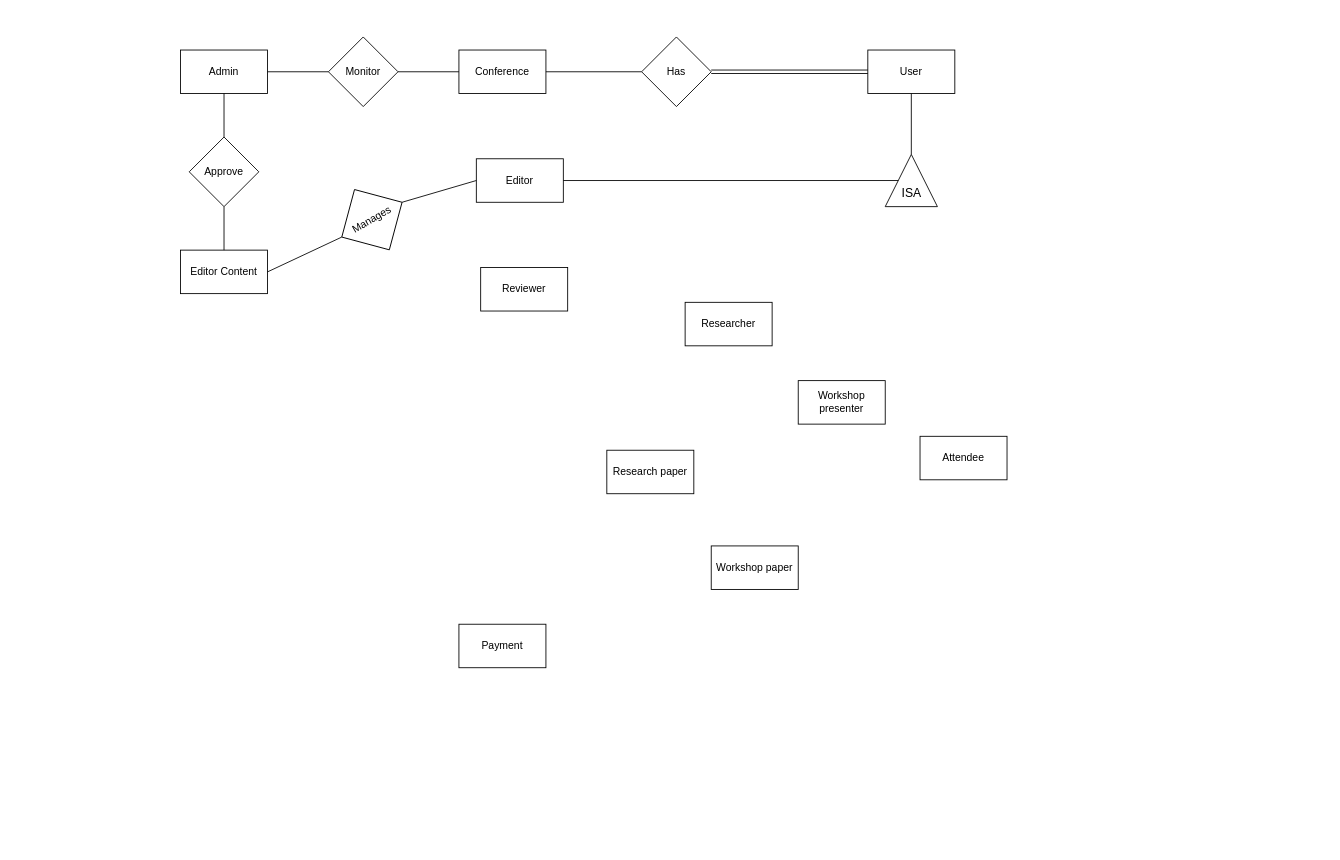
Before: diagrams/ER.drawio in matthew-sliit/conferencemgtool, a draw.io diagram. Source tidied: cells renumbered, new cells numbered last; positions are measured from the earlier drawing's top-left corner, leaving out a move shared by most shapes. Both pictures are drawn from the tidied source at 87%, with x=0, y=0 at pixel (180, 37).
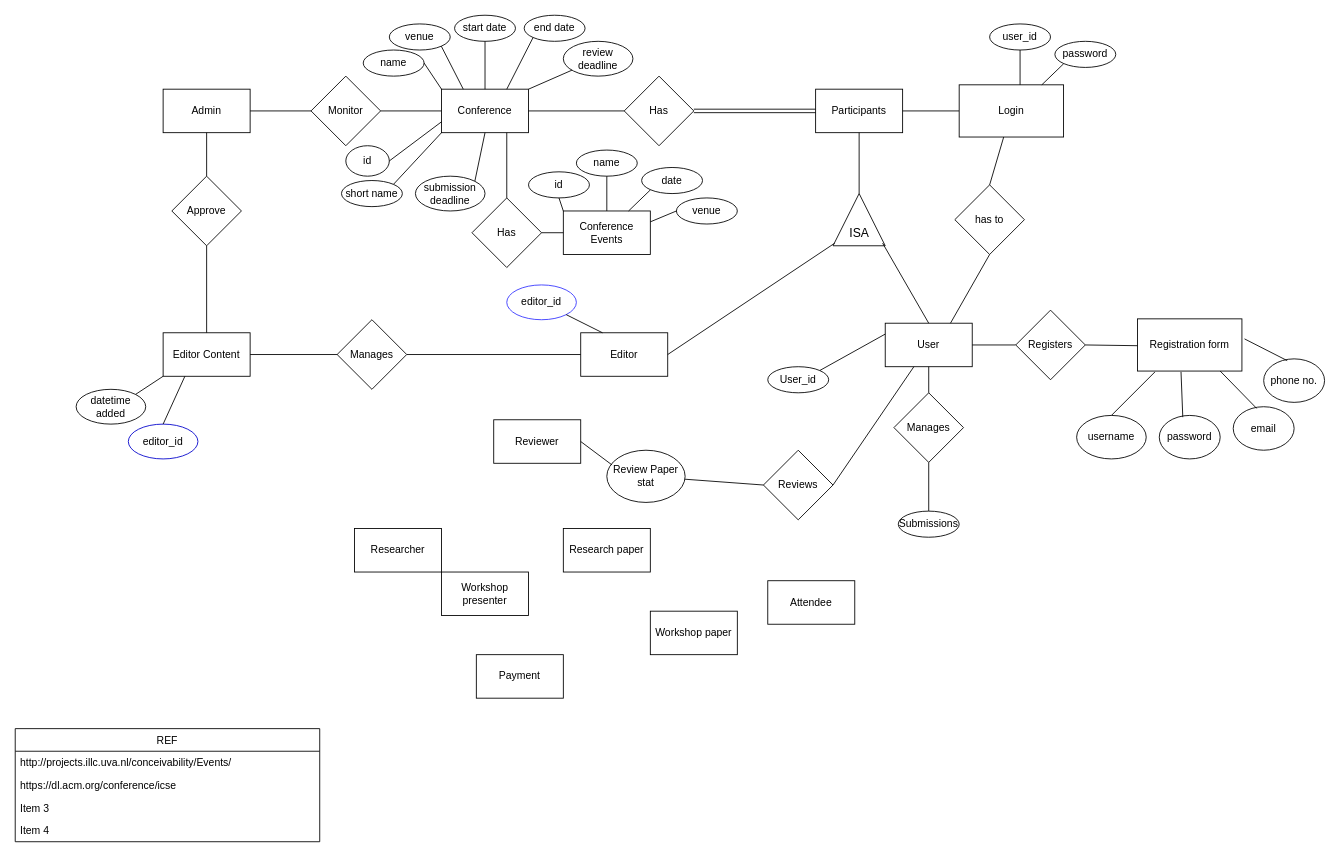
The same diagram, later.

Diff of the diagram source:
```diff
@@
-    <mxCell id="2" value="User" style="rounded=0;whiteSpace=wrap;html=1;" parent="1" vertex="1">
-      <mxGeometry x="790" y="15" width="100" height="50" as="geometry" />
+    <mxCell id="2" value="Participants" style="rounded=0;whiteSpace=wrap;html=1;" parent="1" vertex="1">
+      <mxGeometry x="730" y="60" width="100" height="50" as="geometry" />
     </mxCell>
     <mxCell id="3" value="Research paper" style="rounded=0;whiteSpace=wrap;html=1;" parent="1" vertex="1">
-      <mxGeometry x="490" y="475" width="100" height="50" as="geometry" />
+      <mxGeometry x="440" y="565" width="100" height="50" as="geometry" />
     </mxCell>
     <mxCell id="4" value="Workshop paper" style="rounded=0;whiteSpace=wrap;html=1;" parent="1" vertex="1">
-      <mxGeometry x="610" y="585" width="100" height="50" as="geometry" />
+      <mxGeometry x="540" y="660" width="100" height="50" as="geometry" />
     </mxCell>
     <mxCell id="5" value="Reviewer" style="rounded=0;whiteSpace=wrap;html=1;" parent="1" vertex="1">
-      <mxGeometry x="345" y="265" width="100" height="50" as="geometry" />
+      <mxGeometry x="360" y="440" width="100" height="50" as="geometry" />
     </mxCell>
     <mxCell id="6" value="Conference" style="rounded=0;whiteSpace=wrap;html=1;" parent="1" vertex="1">
-      <mxGeometry x="320" y="15" width="100" height="50" as="geometry" />
+      <mxGeometry x="300" y="60" width="100" height="50" as="geometry" />
     </mxCell>
     <mxCell id="7" value="Admin" style="rounded=0;whiteSpace=wrap;html=1;" parent="1" vertex="1">
-      <mxGeometry y="15" width="100" height="50" as="geometry" />
+      <mxGeometry x="-20" y="60" width="100" height="50" as="geometry" />
     </mxCell>
     <mxCell id="8" value="Researcher" style="rounded=0;whiteSpace=wrap;html=1;" parent="1" vertex="1">
-      <mxGeometry x="580" y="305" width="100" height="50" as="geometry" />
+      <mxGeometry x="200" y="565" width="100" height="50" as="geometry" />
     </mxCell>
     <mxCell id="9" value="Workshop presenter" style="rounded=0;whiteSpace=wrap;html=1;" parent="1" vertex="1">
-      <mxGeometry x="710" y="395" width="100" height="50" as="geometry" />
+      <mxGeometry x="300" y="615" width="100" height="50" as="geometry" />
     </mxCell>
     <mxCell id="10" style="triangle;whiteSpace=wrap;html=1;rotation=-90;" parent="1" vertex="1">
-      <mxGeometry x="810" y="135" width="60" height="60" as="geometry" />
+      <mxGeometry x="750" y="180" width="60" height="60" as="geometry" />
     </mxCell>
     <mxCell id="11" value="&lt;font style=&quot;font-size: 14px&quot;&gt;ISA&lt;/font&gt;" style="text;html=1;align=center;verticalAlign=middle;strokeColor=none;" parent="1" vertex="1">
-      <mxGeometry x="820" y="170" width="40" height="20" as="geometry" />
+      <mxGeometry x="760" y="215" width="40" height="20" as="geometry" />
     </mxCell>
     <mxCell id="12" value="Attendee" style="rounded=0;whiteSpace=wrap;html=1;" parent="1" vertex="1">
-      <mxGeometry x="850" y="459" width="100" height="50" as="geometry" />
+      <mxGeometry x="675" y="625" width="100" height="50" as="geometry" />
     </mxCell>
     <mxCell id="13" value="Has" style="rhombus;whiteSpace=wrap;html=1;" parent="1" vertex="1">
-      <mxGeometry x="530" width="80" height="80" as="geometry" />
+      <mxGeometry x="510" y="45" width="80" height="80" as="geometry" />
     </mxCell>
@@
     <mxCell id="16" value="Editor Content" style="rounded=0;whiteSpace=wrap;html=1;" parent="1" vertex="1">
-      <mxGeometry y="245" width="100" height="50" as="geometry" />
+      <mxGeometry x="-20" y="340" width="100" height="50" as="geometry" />
     </mxCell>
     <mxCell id="17" value="Approve" style="rhombus;whiteSpace=wrap;html=1;" parent="1" vertex="1">
-      <mxGeometry x="10" y="115" width="80" height="80" as="geometry" />
+      <mxGeometry x="-10" y="160" width="80" height="80" as="geometry" />
     </mxCell>
@@
     <mxCell id="20" value="Monitor" style="rhombus;whiteSpace=wrap;html=1;" parent="1" vertex="1">
-      <mxGeometry x="170" width="80" height="80" as="geometry" />
+      <mxGeometry x="150" y="45" width="80" height="80" as="geometry" />
     </mxCell>
@@
     <mxCell id="23" value="Editor" style="rounded=0;whiteSpace=wrap;html=1;" parent="1" vertex="1">
-      <mxGeometry x="340" y="140" width="100" height="50" as="geometry" />
+      <mxGeometry x="460" y="340" width="100" height="50" as="geometry" />
     </mxCell>
-    <mxCell id="24" value="Manages" style="rhombus;whiteSpace=wrap;html=1;rotation=-30;" parent="1" vertex="1">
-      <mxGeometry x="180" y="170" width="80" height="80" as="geometry" />
+    <mxCell id="24" value="Manages" style="rhombus;whiteSpace=wrap;html=1;rotation=0;" parent="1" vertex="1">
+      <mxGeometry x="180" y="325" width="80" height="80" as="geometry" />
     </mxCell>
@@
-    <mxCell id="27" style="endArrow=none;html=1;exitX=1;exitY=0.5;exitDx=0;exitDy=0;entryX=0.5;entryY=0;entryDx=0;entryDy=0;" parent="1" edge="1" source="23" target="10">
+    <mxCell id="27" style="endArrow=none;html=1;exitX=1;exitY=0.5;exitDx=0;exitDy=0;entryX=0.05;entryY=0.033;entryDx=0;entryDy=0;entryPerimeter=0;" parent="1" edge="1" source="23" target="10">
       <mxGeometry relative="1" as="geometry" />
     </mxCell>
@@
     <mxCell id="29" value="Payment" style="rounded=0;whiteSpace=wrap;html=1;" parent="1" vertex="1">
-      <mxGeometry x="320" y="675" width="100" height="50" as="geometry" />
+      <mxGeometry x="340" y="710" width="100" height="50" as="geometry" />
     </mxCell>
+    <mxCell id="30" value="name" style="ellipse;whiteSpace=wrap;html=1;" parent="1" vertex="1">
+      <mxGeometry x="210" y="15" width="70" height="30" as="geometry" />
+    </mxCell>
+    <mxCell id="31" value="venue" style="ellipse;whiteSpace=wrap;html=1;" parent="1" vertex="1">
+      <mxGeometry x="240" y="-15" width="70" height="30" as="geometry" />
+    </mxCell>
+    <mxCell id="32" value="start date" style="ellipse;whiteSpace=wrap;html=1;" parent="1" vertex="1">
+      <mxGeometry x="315" y="-25" width="70" height="30" as="geometry" />
+    </mxCell>
+    <mxCell id="33" value="end date" style="ellipse;whiteSpace=wrap;html=1;" parent="1" vertex="1">
+      <mxGeometry x="395" y="-25" width="70" height="30" as="geometry" />
+    </mxCell>
+    <mxCell id="34" value="short name" style="ellipse;whiteSpace=wrap;html=1;" parent="1" vertex="1">
+      <mxGeometry x="185" y="165" width="70" height="30" as="geometry" />
+    </mxCell>
+    <mxCell id="35" value="submission&lt;br&gt;deadline" style="ellipse;whiteSpace=wrap;html=1;" parent="1" vertex="1">
+      <mxGeometry x="270" y="160" width="80" height="40" as="geometry" />
+    </mxCell>
+    <mxCell id="36" value="review&lt;br&gt;deadline" style="ellipse;whiteSpace=wrap;html=1;" parent="1" vertex="1">
+      <mxGeometry x="440" y="5" width="80" height="40" as="geometry" />
+    </mxCell>
+    <mxCell id="37" style="endArrow=none;html=1;exitX=1;exitY=0;exitDx=0;exitDy=0;" parent="1" edge="1" source="6" target="36">
+      <mxGeometry relative="1" as="geometry" />
+    </mxCell>
+    <mxCell id="38" style="endArrow=none;html=1;exitX=0.5;exitY=1;exitDx=0;exitDy=0;entryX=1;entryY=0;entryDx=0;entryDy=0;" parent="1" edge="1" source="6" target="35">
+      <mxGeometry relative="1" as="geometry" />
+    </mxCell>
+    <mxCell id="39" style="endArrow=none;html=1;exitX=0;exitY=1;exitDx=0;exitDy=0;entryX=1;entryY=0;entryDx=0;entryDy=0;" parent="1" edge="1" source="6" target="34">
+      <mxGeometry relative="1" as="geometry" />
+    </mxCell>
+    <mxCell id="40" style="endArrow=none;html=1;exitX=0;exitY=0;exitDx=0;exitDy=0;entryX=1;entryY=0.5;entryDx=0;entryDy=0;" parent="1" edge="1" source="6" target="30">
+      <mxGeometry relative="1" as="geometry" />
+    </mxCell>
+    <mxCell id="41" style="endArrow=none;html=1;exitX=0.25;exitY=0;exitDx=0;exitDy=0;entryX=1;entryY=1;entryDx=0;entryDy=0;" parent="1" edge="1" source="6" target="31">
+      <mxGeometry relative="1" as="geometry" />
+    </mxCell>
+    <mxCell id="42" style="endArrow=none;html=1;exitX=0.5;exitY=0;exitDx=0;exitDy=0;entryX=0.5;entryY=1;entryDx=0;entryDy=0;" parent="1" edge="1" source="6" target="32">
+      <mxGeometry relative="1" as="geometry" />
+    </mxCell>
+    <mxCell id="43" style="endArrow=none;html=1;exitX=0.75;exitY=0;exitDx=0;exitDy=0;entryX=0;entryY=1;entryDx=0;entryDy=0;" parent="1" edge="1" source="6" target="33">
+      <mxGeometry relative="1" as="geometry" />
+    </mxCell>
+    <mxCell id="44" value="datetime&lt;br&gt;added" style="ellipse;whiteSpace=wrap;html=1;" parent="1" vertex="1">
+      <mxGeometry x="-120" y="405" width="80" height="40" as="geometry" />
+    </mxCell>
+    <mxCell id="45" style="endArrow=none;html=1;exitX=0;exitY=1;exitDx=0;exitDy=0;entryX=1;entryY=0;entryDx=0;entryDy=0;" parent="1" edge="1" source="16" target="44">
+      <mxGeometry relative="1" as="geometry" />
+    </mxCell>
+    <mxCell id="46" value="Conference Events" style="rounded=0;whiteSpace=wrap;html=1;" parent="1" vertex="1">
+      <mxGeometry x="440" y="200" width="100" height="50" as="geometry" />
+    </mxCell>
+    <mxCell id="47" value="Has" style="rhombus;whiteSpace=wrap;html=1;" parent="1" vertex="1">
+      <mxGeometry x="335" y="185" width="80" height="80" as="geometry" />
+    </mxCell>
+    <mxCell id="48" style="endArrow=none;html=1;exitX=0.75;exitY=1;exitDx=0;exitDy=0;entryX=0.5;entryY=0;entryDx=0;entryDy=0;" parent="1" edge="1" source="6" target="47">
+      <mxGeometry relative="1" as="geometry" />
+    </mxCell>
+    <mxCell id="49" style="endArrow=none;html=1;exitX=0;exitY=0.5;exitDx=0;exitDy=0;entryX=1;entryY=0.5;entryDx=0;entryDy=0;" parent="1" edge="1" source="46" target="47">
+      <mxGeometry relative="1" as="geometry" />
+    </mxCell>
+    <mxCell id="50" value="id" style="ellipse;whiteSpace=wrap;html=1;" parent="1" vertex="1">
+      <mxGeometry x="400" y="155" width="70" height="30" as="geometry" />
+    </mxCell>
+    <mxCell id="51" style="endArrow=none;html=1;exitX=0.5;exitY=1;exitDx=0;exitDy=0;entryX=0;entryY=0;entryDx=0;entryDy=0;" parent="1" edge="1" source="50" target="46">
+      <mxGeometry relative="1" as="geometry" />
+    </mxCell>
+    <mxCell id="52" value="name" style="ellipse;whiteSpace=wrap;html=1;" parent="1" vertex="1">
+      <mxGeometry x="455" y="130" width="70" height="30" as="geometry" />
+    </mxCell>
+    <mxCell id="53" style="endArrow=none;html=1;exitX=0.5;exitY=0;exitDx=0;exitDy=0;entryX=0.5;entryY=1;entryDx=0;entryDy=0;" parent="1" edge="1" source="46" target="52">
+      <mxGeometry relative="1" as="geometry" />
+    </mxCell>
+    <mxCell id="54" value="date" style="ellipse;whiteSpace=wrap;html=1;" parent="1" vertex="1">
+      <mxGeometry x="530" y="150" width="70" height="30" as="geometry" />
+    </mxCell>
+    <mxCell id="55" value="venue" style="ellipse;whiteSpace=wrap;html=1;" parent="1" vertex="1">
+      <mxGeometry x="570" y="185" width="70" height="30" as="geometry" />
+    </mxCell>
+    <mxCell id="56" style="endArrow=none;html=1;entryX=0;entryY=1;entryDx=0;entryDy=0;exitX=0.75;exitY=0;exitDx=0;exitDy=0;" parent="1" edge="1" source="46" target="54">
+      <mxGeometry relative="1" as="geometry" />
+    </mxCell>
+    <mxCell id="57" style="endArrow=none;html=1;entryX=0;entryY=0.5;entryDx=0;entryDy=0;exitX=1;exitY=0.25;exitDx=0;exitDy=0;" parent="1" edge="1" source="46" target="55">
+      <mxGeometry relative="1" as="geometry" />
+    </mxCell>
+    <mxCell id="58" value="REF" style="swimlane;fontStyle=0;horizontal=1;startSize=26;" parent="1" vertex="1">
+      <mxGeometry x="-190" y="795" width="350" height="130" as="geometry" />
+    </mxCell>
+    <mxCell id="59" value="http://projects.illc.uva.nl/conceivability/Events/" style="text;strokeColor=none;fillColor=none;align=left;verticalAlign=top;spacingLeft=4;spacingRight=4;overflow=hidden;" parent="58" vertex="1">
+      <mxGeometry y="26" width="350" height="26" as="geometry" />
+    </mxCell>
+    <mxCell id="60" value="https://dl.acm.org/conference/icse" style="text;strokeColor=none;fillColor=none;align=left;verticalAlign=top;spacingLeft=4;spacingRight=4;overflow=hidden;" parent="58" vertex="1">
+      <mxGeometry y="52" width="350" height="26" as="geometry" />
+    </mxCell>
+    <mxCell id="61" value="Item 3" style="text;strokeColor=none;fillColor=none;align=left;verticalAlign=top;spacingLeft=4;spacingRight=4;overflow=hidden;" parent="58" vertex="1">
+      <mxGeometry y="78" width="350" height="26" as="geometry" />
+    </mxCell>
+    <mxCell id="62" value="Item 4" style="text;strokeColor=none;fillColor=none;align=left;verticalAlign=top;spacingLeft=4;spacingRight=4;overflow=hidden;" parent="58" vertex="1">
+      <mxGeometry y="104" width="350" height="26" as="geometry" />
+    </mxCell>
+    <mxCell id="63" value="editor_id" style="ellipse;whiteSpace=wrap;html=1;strokeColor=#0000CC;" parent="1" vertex="1">
+      <mxGeometry x="-60" y="445" width="80" height="40" as="geometry" />
+    </mxCell>
+    <mxCell id="64" value="editor_id" style="ellipse;whiteSpace=wrap;html=1;strokeColor=#3333FF;" parent="1" vertex="1">
+      <mxGeometry x="375" y="285" width="80" height="40" as="geometry" />
+    </mxCell>
+    <mxCell id="65" style="endArrow=none;html=1;exitX=0.25;exitY=1;exitDx=0;exitDy=0;entryX=0.5;entryY=0;entryDx=0;entryDy=0;" parent="1" edge="1" source="16" target="63">
+      <mxGeometry relative="1" as="geometry" />
+    </mxCell>
+    <mxCell id="66" style="endArrow=none;html=1;exitX=1;exitY=1;exitDx=0;exitDy=0;entryX=0.25;entryY=0;entryDx=0;entryDy=0;" parent="1" edge="1" source="64" target="23">
+      <mxGeometry relative="1" as="geometry" />
+    </mxCell>
+    <mxCell id="67" value="id" style="ellipse;whiteSpace=wrap;html=1;" parent="1" vertex="1">
+      <mxGeometry x="190" y="125" width="50" height="35" as="geometry" />
+    </mxCell>
+    <mxCell id="68" style="endArrow=none;html=1;exitX=0;exitY=0.75;exitDx=0;exitDy=0;entryX=1;entryY=0.5;entryDx=0;entryDy=0;" parent="1" edge="1" source="6" target="67">
+      <mxGeometry relative="1" as="geometry" />
+    </mxCell>
+    <mxCell id="69" value="User" style="rounded=0;whiteSpace=wrap;html=1;" parent="1" vertex="1">
+      <mxGeometry x="810" y="329" width="100" height="50" as="geometry" />
+    </mxCell>
+    <mxCell id="70" style="endArrow=none;html=1;exitX=0.5;exitY=0;exitDx=0;exitDy=0;entryX=0.05;entryY=0.95;entryDx=0;entryDy=0;entryPerimeter=0;" parent="1" edge="1" source="69" target="10">
+      <mxGeometry relative="1" as="geometry" />
+    </mxCell>
+    <mxCell id="71" value="User_id" style="ellipse;whiteSpace=wrap;html=1;" parent="1" vertex="1">
+      <mxGeometry x="675" y="379" width="70" height="30" as="geometry" />
+    </mxCell>
+    <mxCell id="72" style="endArrow=none;html=1;exitX=0;exitY=0.25;exitDx=0;exitDy=0;entryX=1;entryY=0;entryDx=0;entryDy=0;" parent="1" edge="1" source="69" target="71">
+      <mxGeometry relative="1" as="geometry" />
+    </mxCell>
+    <mxCell id="73" value="Manages" style="rhombus;whiteSpace=wrap;html=1;rotation=0;" parent="1" vertex="1">
+      <mxGeometry x="820" y="409" width="80" height="80" as="geometry" />
+    </mxCell>
+    <mxCell id="74" style="endArrow=none;html=1;entryX=0.5;entryY=1;entryDx=0;entryDy=0;exitX=0.5;exitY=0;exitDx=0;exitDy=0;" parent="1" edge="1" source="73" target="69">
+      <mxGeometry relative="1" as="geometry" />
+    </mxCell>
+    <mxCell id="75" style="endArrow=none;html=1;entryX=0.5;entryY=1;entryDx=0;entryDy=0;" parent="1" edge="1" target="73">
+      <mxGeometry relative="1" as="geometry">
+        <mxPoint x="860" y="545" as="sourcePoint" />
+      </mxGeometry>
+    </mxCell>
+    <mxCell id="76" value="Submissions" style="ellipse;whiteSpace=wrap;html=1;" parent="1" vertex="1">
+      <mxGeometry x="825" y="545" width="70" height="30" as="geometry" />
+    </mxCell>
+    <mxCell id="77" value="Review Paper stat" style="ellipse;whiteSpace=wrap;html=1;" parent="1" vertex="1">
+      <mxGeometry x="490" y="475" width="90" height="60" as="geometry" />
+    </mxCell>
+    <mxCell id="78" style="endArrow=none;html=1;exitX=1;exitY=0.5;exitDx=0;exitDy=0;entryX=0.067;entryY=0.283;entryDx=0;entryDy=0;entryPerimeter=0;" parent="1" edge="1" source="5" target="77">
+      <mxGeometry relative="1" as="geometry" />
+    </mxCell>
+    <mxCell id="79" value="Reviews" style="rhombus;whiteSpace=wrap;html=1;rotation=0;" parent="1" vertex="1">
+      <mxGeometry x="670" y="475" width="80" height="80" as="geometry" />
+    </mxCell>
+    <mxCell id="80" style="endArrow=none;html=1;exitX=1;exitY=0.5;exitDx=0;exitDy=0;" parent="1" edge="1" source="79" target="69">
+      <mxGeometry relative="1" as="geometry" />
+    </mxCell>
+    <mxCell id="81" style="endArrow=none;html=1;entryX=0;entryY=0.5;entryDx=0;entryDy=0;" parent="1" edge="1" source="77" target="79">
+      <mxGeometry relative="1" as="geometry" />
+    </mxCell>
+    <mxCell id="82" style="endArrow=none;html=1;exitX=1;exitY=0.5;exitDx=0;exitDy=0;entryX=0;entryY=0.5;entryDx=0;entryDy=0;" parent="1" edge="1" source="2" target="83">
+      <mxGeometry relative="1" as="geometry" />
+    </mxCell>
+    <mxCell id="83" value="Login" style="rounded=0;whiteSpace=wrap;html=1;" parent="1" vertex="1">
+      <mxGeometry x="895" y="55" width="120" height="60" as="geometry" />
+    </mxCell>
+    <mxCell id="84" value="user_id" style="ellipse;whiteSpace=wrap;html=1;" parent="1" vertex="1">
+      <mxGeometry x="930" y="-15" width="70" height="30" as="geometry" />
+    </mxCell>
+    <mxCell id="85" style="endArrow=none;html=1;exitX=0.5;exitY=0;exitDx=0;exitDy=0;entryX=0.5;entryY=1;entryDx=0;entryDy=0;" parent="1" edge="1" target="84">
+      <mxGeometry relative="1" as="geometry">
+        <mxPoint x="965" y="55" as="sourcePoint" />
+      </mxGeometry>
+    </mxCell>
+    <mxCell id="86" value="password" style="ellipse;whiteSpace=wrap;html=1;" parent="1" vertex="1">
+      <mxGeometry x="1005" y="5" width="70" height="30" as="geometry" />
+    </mxCell>
+    <mxCell id="87" style="endArrow=none;html=1;entryX=0;entryY=1;entryDx=0;entryDy=0;exitX=0.75;exitY=0;exitDx=0;exitDy=0;" parent="1" edge="1" target="86">
+      <mxGeometry relative="1" as="geometry">
+        <mxPoint x="990" y="55" as="sourcePoint" />
+      </mxGeometry>
+    </mxCell>
+    <mxCell id="88" value="has to" style="rhombus;whiteSpace=wrap;html=1;" parent="1" vertex="1">
+      <mxGeometry x="890" y="170" width="80" height="80" as="geometry" />
+    </mxCell>
+    <mxCell id="89" style="endArrow=none;html=1;entryX=0.5;entryY=1;entryDx=0;entryDy=0;exitX=0.75;exitY=0;exitDx=0;exitDy=0;" parent="1" edge="1" source="69" target="88">
+      <mxGeometry relative="1" as="geometry" />
+    </mxCell>
+    <mxCell id="90" style="endArrow=none;html=1;exitX=0.5;exitY=0;exitDx=0;exitDy=0;" parent="1" edge="1" source="88" target="83">
+      <mxGeometry relative="1" as="geometry" />
+    </mxCell>
+    <mxCell id="91" style="endArrow=none;html=1;exitX=1;exitY=0.5;exitDx=0;exitDy=0;" parent="1" edge="1" source="69">
+      <mxGeometry relative="1" as="geometry">
+        <mxPoint x="960" y="354" as="targetPoint" />
+      </mxGeometry>
+    </mxCell>
+    <mxCell id="92" value="Registers" style="rhombus;whiteSpace=wrap;html=1;" parent="1" vertex="1">
+      <mxGeometry x="960" y="314" width="80" height="80" as="geometry" />
+    </mxCell>
+    <mxCell id="93" style="endArrow=none;html=1;exitX=1;exitY=0.5;exitDx=0;exitDy=0;" parent="1" edge="1" source="92">
+      <mxGeometry relative="1" as="geometry">
+        <mxPoint x="1110" y="355" as="targetPoint" />
+      </mxGeometry>
+    </mxCell>
+    <mxCell id="94" value="Registration form" style="rounded=0;whiteSpace=wrap;html=1;" parent="1" vertex="1">
+      <mxGeometry x="1100" y="324" width="120" height="60" as="geometry" />
+    </mxCell>
+    <mxCell id="95" value="username" style="ellipse;whiteSpace=wrap;html=1;" parent="1" vertex="1">
+      <mxGeometry x="1030" y="435" width="80" height="50" as="geometry" />
+    </mxCell>
+    <mxCell id="96" value="password" style="ellipse;whiteSpace=wrap;html=1;" parent="1" vertex="1">
+      <mxGeometry x="1125" y="435" width="70" height="50" as="geometry" />
+    </mxCell>
+    <mxCell id="97" style="endArrow=none;html=1;exitX=0.386;exitY=0.04;exitDx=0;exitDy=0;exitPerimeter=0;" parent="1" edge="1" source="96">
+      <mxGeometry relative="1" as="geometry">
+        <mxPoint x="1150" y="385" as="targetPoint" />
+      </mxGeometry>
+    </mxCell>
+    <mxCell id="98" style="endArrow=none;html=1;exitX=0.5;exitY=0;exitDx=0;exitDy=0;" parent="1" edge="1" source="95">
+      <mxGeometry relative="1" as="geometry">
+        <mxPoint x="1120" y="385" as="targetPoint" />
+      </mxGeometry>
+    </mxCell>
+    <mxCell id="99" value="email" style="ellipse;whiteSpace=wrap;html=1;" parent="1" vertex="1">
+      <mxGeometry x="1210" y="425" width="70" height="50" as="geometry" />
+    </mxCell>
+    <mxCell id="100" style="endArrow=none;html=1;exitX=0.386;exitY=0.04;exitDx=0;exitDy=0;exitPerimeter=0;" parent="1" edge="1" source="99">
+      <mxGeometry relative="1" as="geometry">
+        <mxPoint x="1195" y="384" as="targetPoint" />
+      </mxGeometry>
+    </mxCell>
+    <mxCell id="101" value="phone no." style="ellipse;whiteSpace=wrap;html=1;" parent="1" vertex="1">
+      <mxGeometry x="1245" y="370" width="70" height="50" as="geometry" />
+    </mxCell>
+    <mxCell id="102" style="endArrow=none;html=1;exitX=0.386;exitY=0.04;exitDx=0;exitDy=0;exitPerimeter=0;entryX=1.025;entryY=0.384;entryDx=0;entryDy=0;entryPerimeter=0;" parent="1" edge="1" source="101" target="94">
+      <mxGeometry relative="1" as="geometry" />
+    </mxCell>
```
